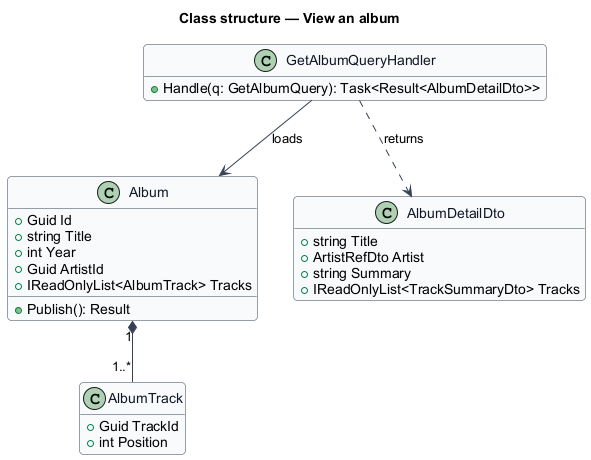
Earlier version of the PlantUML export docs/detailed-designs/catalogue/view-album/diagrams/class-structure.png (QuinntyneBrown/hummi). The source it was exported from:
```plantuml
@startuml
skinparam backgroundColor #FFFFFF
skinparam shadowing false
skinparam roundcorner 8
skinparam defaultFontName Arial
skinparam ArrowColor #344054
skinparam class {
  BorderColor #344054
  FontColor #101828
  BackgroundColor #F9FAFB
}
hide empty members
title Class structure — View an album

class Album {
  +Guid Id
  +string Title
  +int Year
  +Guid ArtistId
  +IReadOnlyList<AlbumTrack> Tracks
  +Publish(): Result
}
class AlbumTrack {
  +Guid TrackId
  +int Position
}
class AlbumDetailDto {
  +string Title
  +ArtistRefDto Artist
  +string Summary
  +IReadOnlyList<TrackSummaryDto> Tracks
}
class GetAlbumQueryHandler {
  +Handle(q: GetAlbumQuery): Task<Result<AlbumDetailDto>>
}
Album "1" *-- "1..*" AlbumTrack
GetAlbumQueryHandler --> Album : loads
GetAlbumQueryHandler ..> AlbumDetailDto : returns
@enduml
```
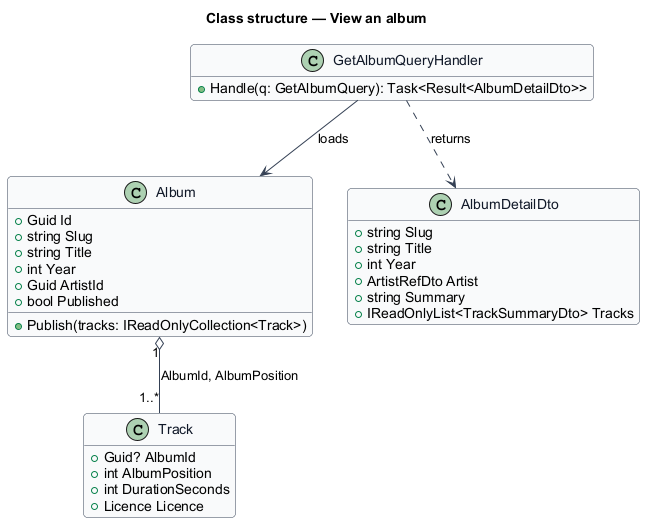
After the commit.

Diff of the diagram source:
```diff
@@ -14,18 +14,23 @@
 
 class Album {
   +Guid Id
+  +string Slug
   +string Title
   +int Year
   +Guid ArtistId
-  +IReadOnlyList<AlbumTrack> Tracks
-  +Publish(): Result
+  +bool Published
+  +Publish(tracks: IReadOnlyCollection<Track>)
 }
-class AlbumTrack {
-  +Guid TrackId
-  +int Position
+class Track {
+  +Guid? AlbumId
+  +int AlbumPosition
+  +int DurationSeconds
+  +Licence Licence
 }
 class AlbumDetailDto {
+  +string Slug
   +string Title
+  +int Year
   +ArtistRefDto Artist
   +string Summary
   +IReadOnlyList<TrackSummaryDto> Tracks
@@ -33,7 +38,7 @@
 class GetAlbumQueryHandler {
   +Handle(q: GetAlbumQuery): Task<Result<AlbumDetailDto>>
 }
-Album "1" *-- "1..*" AlbumTrack
+Album "1" o-- "1..*" Track : AlbumId, AlbumPosition
 GetAlbumQueryHandler --> Album : loads
 GetAlbumQueryHandler ..> AlbumDetailDto : returns
 @enduml
```
